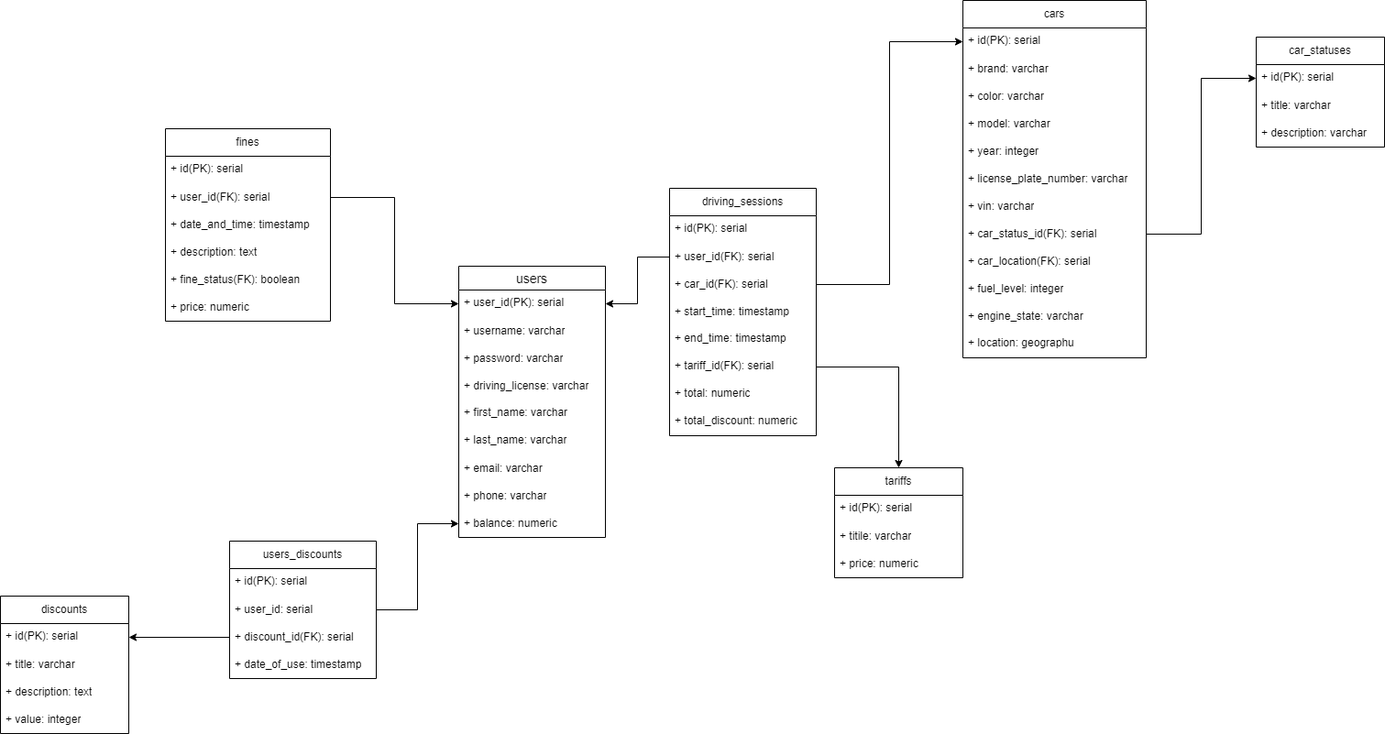
Earlier version of the draw.io export model-scheme/db.png (andrw04/carsharing-system). Source tidied: cells renumbered, new cells last; positions are measured from the earlier drawing's top-left corner, leaving out a move shared by most shapes.
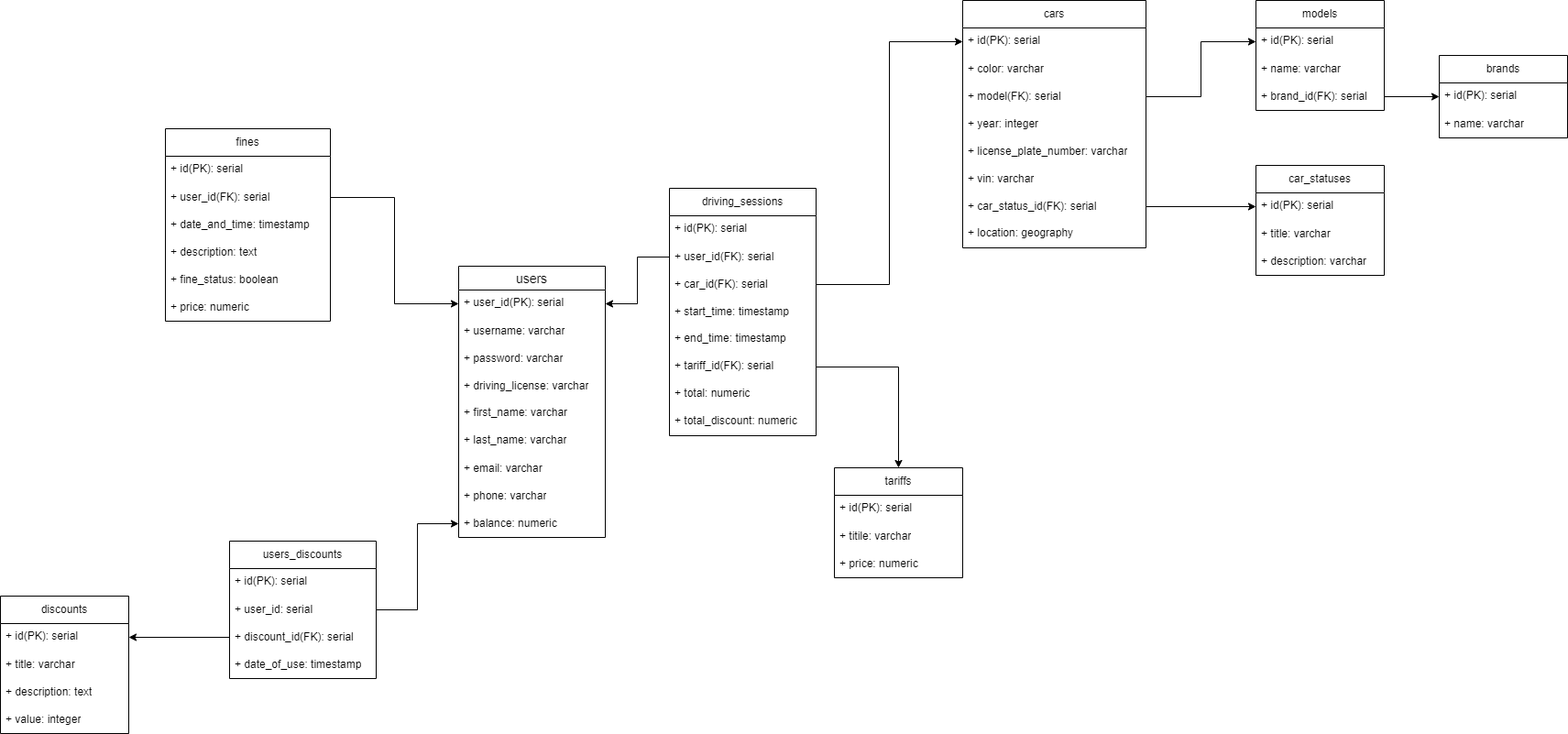
The same file after the commit.

Commit message:
Fixes in  db models and created create tables sqript

Diff of the diagram source:
```diff
@@ -33,46 +33,34 @@
       <mxGeometry y="266" width="160" height="30" as="geometry" />
     </mxCell>
     <mxCell id="12" value="cars" style="swimlane;fontStyle=0;horizontal=1;startSize=30;whiteSpace=wrap;html=1;" parent="1" vertex="1">
-      <mxGeometry x="1050" width="200" height="390" as="geometry" />
+      <mxGeometry x="1050" width="200" height="270" as="geometry" />
     </mxCell>
     <mxCell id="13" value="+ id(PK): serial" style="text;strokeColor=none;fillColor=none;spacingLeft=4;spacingRight=4;overflow=hidden;points=[[0,0.5],[1,0.5]];portConstraint=eastwest;fontSize=12;whiteSpace=wrap;html=1;" parent="12" vertex="1">
       <mxGeometry y="30" width="200" height="30" as="geometry" />
     </mxCell>
-    <mxCell id="14" value="+ brand: varchar" style="text;strokeColor=none;fillColor=none;align=left;verticalAlign=middle;spacingLeft=4;spacingRight=4;overflow=hidden;whiteSpace=wrap;html=1;" parent="12" vertex="1">
-      <mxGeometry y="60" width="200" height="30" as="geometry" />
-    </mxCell>
     <mxCell id="15" value="+ color: varchar" style="text;strokeColor=none;fillColor=none;align=left;verticalAlign=middle;spacingLeft=4;spacingRight=4;overflow=hidden;whiteSpace=wrap;html=1;" parent="12" vertex="1">
-      <mxGeometry y="90" width="200" height="30" as="geometry" />
+      <mxGeometry y="60" width="200" height="30" as="geometry" />
     </mxCell>
-    <mxCell id="16" value="+ model: varchar" style="text;strokeColor=none;fillColor=none;align=left;verticalAlign=middle;spacingLeft=4;spacingRight=4;overflow=hidden;points=[[0,0.5],[1,0.5]];portConstraint=eastwest;whiteSpace=wrap;html=1;" parent="12" vertex="1">
-      <mxGeometry y="120" width="200" height="30" as="geometry" />
+    <mxCell id="16" value="+ model(FK): serial" style="text;strokeColor=none;fillColor=none;align=left;verticalAlign=middle;spacingLeft=4;spacingRight=4;overflow=hidden;points=[[0,0.5],[1,0.5]];portConstraint=eastwest;whiteSpace=wrap;html=1;" parent="12" vertex="1">
+      <mxGeometry y="90" width="200" height="30" as="geometry" />
     </mxCell>
     <mxCell id="17" value="+ year: integer" style="text;strokeColor=none;fillColor=none;align=left;verticalAlign=middle;spacingLeft=4;spacingRight=4;overflow=hidden;whiteSpace=wrap;html=1;" parent="12" vertex="1">
-      <mxGeometry y="150" width="200" height="30" as="geometry" />
+      <mxGeometry y="120" width="200" height="30" as="geometry" />
     </mxCell>
     <mxCell id="18" value="+ license_plate_number: varchar" style="text;strokeColor=none;fillColor=none;align=left;verticalAlign=middle;spacingLeft=4;spacingRight=4;overflow=hidden;whiteSpace=wrap;html=1;" parent="12" vertex="1">
-      <mxGeometry y="180" width="200" height="30" as="geometry" />
+      <mxGeometry y="150" width="200" height="30" as="geometry" />
     </mxCell>
     <mxCell id="19" value="+ vin: varchar" style="text;strokeColor=none;fillColor=none;align=left;verticalAlign=middle;spacingLeft=4;spacingRight=4;overflow=hidden;whiteSpace=wrap;html=1;" parent="12" vertex="1">
-      <mxGeometry y="210" width="200" height="30" as="geometry" />
+      <mxGeometry y="180" width="200" height="30" as="geometry" />
     </mxCell>
     <mxCell id="20" value="+ car_status_id(FK): serial" style="text;strokeColor=none;fillColor=none;align=left;verticalAlign=middle;spacingLeft=4;spacingRight=4;overflow=hidden;points=[[0,0.5],[1,0.5]];portConstraint=eastwest;whiteSpace=wrap;html=1;" parent="12" vertex="1">
-      <mxGeometry y="240" width="200" height="30" as="geometry" />
+      <mxGeometry y="210" width="200" height="30" as="geometry" />
     </mxCell>
-    <mxCell id="21" value="+ car_location(FK): serial" style="text;strokeColor=none;fillColor=none;align=left;verticalAlign=middle;spacingLeft=4;spacingRight=4;overflow=hidden;whiteSpace=wrap;html=1;" parent="12" vertex="1">
-      <mxGeometry y="270" width="200" height="30" as="geometry" />
-    </mxCell>
-    <mxCell id="22" value="+ fuel_level: integer" style="text;strokeColor=none;fillColor=none;align=left;verticalAlign=middle;spacingLeft=4;spacingRight=4;overflow=hidden;whiteSpace=wrap;html=1;" parent="12" vertex="1">
-      <mxGeometry y="300" width="200" height="30" as="geometry" />
-    </mxCell>
-    <mxCell id="23" value="+ engine_state: varchar" style="text;strokeColor=none;fillColor=none;align=left;verticalAlign=middle;spacingLeft=4;spacingRight=4;overflow=hidden;whiteSpace=wrap;html=1;" parent="12" vertex="1">
-      <mxGeometry y="330" width="200" height="30" as="geometry" />
-    </mxCell>
-    <mxCell id="24" value="+ location: geographu" style="text;strokeColor=none;fillColor=none;spacingLeft=4;spacingRight=4;overflow=hidden;fontSize=12;whiteSpace=wrap;html=1;" parent="12" vertex="1">
-      <mxGeometry y="360" width="200" height="30" as="geometry" />
+    <mxCell id="24" value="+ location: geography" style="text;strokeColor=none;fillColor=none;spacingLeft=4;spacingRight=4;overflow=hidden;fontSize=12;whiteSpace=wrap;html=1;" parent="12" vertex="1">
+      <mxGeometry y="240" width="200" height="30" as="geometry" />
     </mxCell>
     <mxCell id="25" value="car_statuses" style="swimlane;fontStyle=0;horizontal=1;startSize=30;whiteSpace=wrap;html=1;" parent="1" vertex="1">
-      <mxGeometry x="1370" y="40" width="140" height="120" as="geometry" />
+      <mxGeometry x="1370" y="180" width="140" height="120" as="geometry" />
     </mxCell>
     <mxCell id="26" value="+ id(PK): serial" style="text;strokeColor=none;fillColor=none;spacingLeft=4;spacingRight=4;overflow=hidden;points=[[0,0.5],[1,0.5]];portConstraint=eastwest;fontSize=12;whiteSpace=wrap;html=1;" parent="25" vertex="1">
       <mxGeometry y="30" width="140" height="30" as="geometry" />
@@ -152,7 +140,7 @@
     <mxCell id="51" value="+ description: text" style="text;strokeColor=none;fillColor=none;align=left;verticalAlign=middle;spacingLeft=4;spacingRight=4;overflow=hidden;whiteSpace=wrap;html=1;" parent="47" vertex="1">
       <mxGeometry y="120" width="180" height="30" as="geometry" />
     </mxCell>
-    <mxCell id="52" value="+ fine_status(FK): boolean" style="text;strokeColor=none;fillColor=none;align=left;verticalAlign=middle;spacingLeft=4;spacingRight=4;overflow=hidden;whiteSpace=wrap;html=1;" parent="47" vertex="1">
+    <mxCell id="52" value="+ fine_status: boolean" style="text;strokeColor=none;fillColor=none;align=left;verticalAlign=middle;spacingLeft=4;spacingRight=4;overflow=hidden;whiteSpace=wrap;html=1;" parent="47" vertex="1">
       <mxGeometry y="150" width="180" height="30" as="geometry" />
     </mxCell>
     <mxCell id="53" value="+ price: numeric" style="text;strokeColor=none;fillColor=none;align=left;verticalAlign=middle;spacingLeft=4;spacingRight=4;overflow=hidden;whiteSpace=wrap;html=1;" parent="47" vertex="1">
@@ -194,5 +182,32 @@
     <mxCell id="65" style="edgeStyle=orthogonalEdgeStyle;rounded=0;jettySize=auto;html=1;exitX=1;exitY=0.5;exitDx=0;exitDy=0;entryX=0;entryY=0.5;entryDx=0;entryDy=0;" parent="1" edge="1" source="56" target="11">
       <mxGeometry relative="1" as="geometry" />
     </mxCell>
+    <mxCell id="66" value="brands" style="swimlane;fontStyle=0;horizontal=1;startSize=30;whiteSpace=wrap;html=1;" parent="1" vertex="1">
+      <mxGeometry x="1570" y="60" width="140" height="90" as="geometry" />
+    </mxCell>
+    <mxCell id="67" value="+ id(PK): serial" style="text;strokeColor=none;fillColor=none;spacingLeft=4;spacingRight=4;overflow=hidden;points=[[0,0.5],[1,0.5]];portConstraint=eastwest;fontSize=12;whiteSpace=wrap;html=1;" parent="66" vertex="1">
+      <mxGeometry y="30" width="140" height="30" as="geometry" />
+    </mxCell>
+    <mxCell id="68" value="+ name: varchar" style="text;strokeColor=none;fillColor=none;align=left;verticalAlign=middle;spacingLeft=4;spacingRight=4;overflow=hidden;whiteSpace=wrap;html=1;" parent="66" vertex="1">
+      <mxGeometry y="60" width="140" height="30" as="geometry" />
+    </mxCell>
+    <mxCell id="69" value="models" style="swimlane;fontStyle=0;horizontal=1;startSize=30;whiteSpace=wrap;html=1;" parent="1" vertex="1">
+      <mxGeometry x="1370" width="140" height="120" as="geometry" />
+    </mxCell>
+    <mxCell id="70" value="+ id(PK): serial" style="text;strokeColor=none;fillColor=none;spacingLeft=4;spacingRight=4;overflow=hidden;points=[[0,0.5],[1,0.5]];portConstraint=eastwest;fontSize=12;whiteSpace=wrap;html=1;" parent="69" vertex="1">
+      <mxGeometry y="30" width="140" height="30" as="geometry" />
+    </mxCell>
+    <mxCell id="71" value="+ name: varchar" style="text;strokeColor=none;fillColor=none;align=left;verticalAlign=middle;spacingLeft=4;spacingRight=4;overflow=hidden;whiteSpace=wrap;html=1;" parent="69" vertex="1">
+      <mxGeometry y="60" width="140" height="30" as="geometry" />
+    </mxCell>
+    <mxCell id="72" value="+ brand_id(FK): serial" style="text;strokeColor=none;fillColor=none;align=left;verticalAlign=middle;spacingLeft=4;spacingRight=4;overflow=hidden;points=[[0,0.5],[1,0.5]];portConstraint=eastwest;whiteSpace=wrap;html=1;" parent="69" vertex="1">
+      <mxGeometry y="90" width="140" height="30" as="geometry" />
+    </mxCell>
+    <mxCell id="73" style="edgeStyle=orthogonalEdgeStyle;rounded=0;jettySize=auto;html=1;exitX=1;exitY=0.5;exitDx=0;exitDy=0;entryX=0;entryY=0.5;entryDx=0;entryDy=0;" parent="1" edge="1" source="16" target="70">
+      <mxGeometry relative="1" as="geometry" />
+    </mxCell>
+    <mxCell id="74" style="edgeStyle=orthogonalEdgeStyle;rounded=0;jettySize=auto;html=1;exitX=1;exitY=0.5;exitDx=0;exitDy=0;entryX=0;entryY=0.5;entryDx=0;entryDy=0;" parent="1" edge="1" source="72" target="67">
+      <mxGeometry relative="1" as="geometry" />
+    </mxCell>
   </root>
 </mxGraphModel>
```
